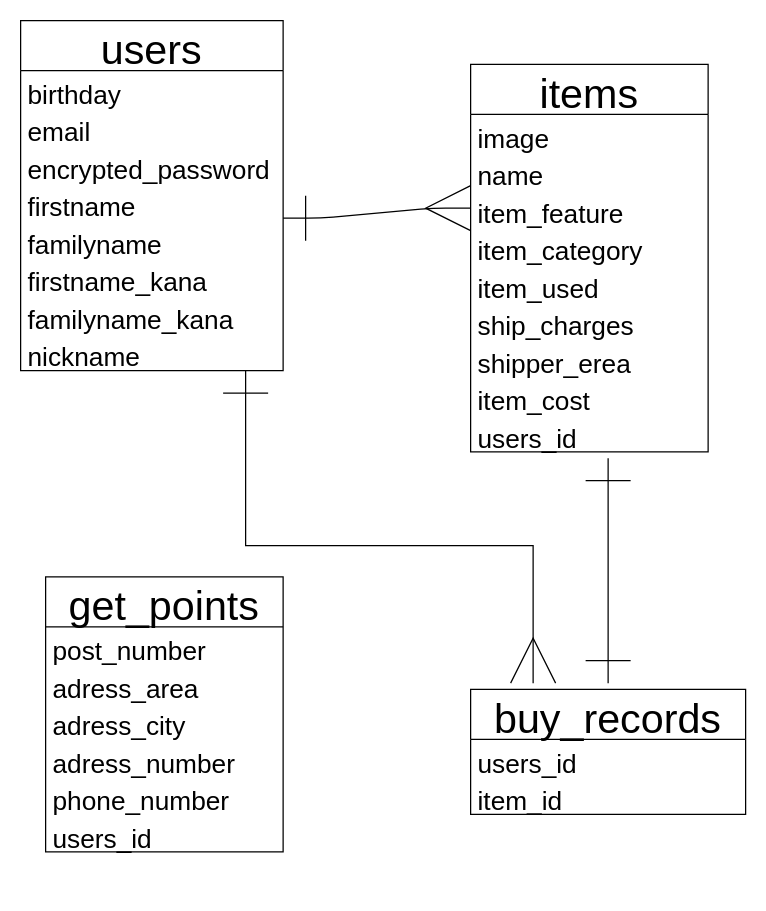
This is test.drawio from saatoshi/furima-34313, a draw.io file, before an edit. Source tidied: cells renumbered, new cells numbered last; positions are measured from the earlier drawing's top-left corner, leaving out a move shared by most shapes. Both pictures are drawn from the tidied source at 125%, with x=0, y=0 at pixel (20, 20).
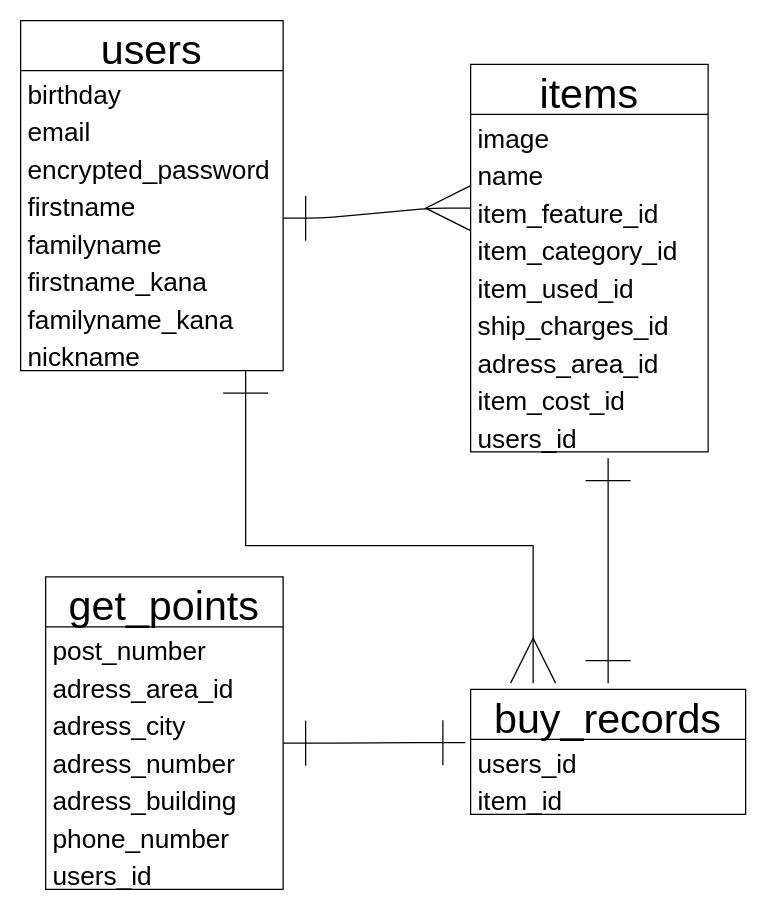
After the change.

Unchanged cells that the change refers to:
```xml
<mxCell id="11" value="items" style="swimlane;fontStyle=0;horizontal=1;startSize=40;align=center;fontSize=33;verticalAlign=bottom;" parent="1" vertex="1">
  <mxGeometry x="360" y="35" width="190" height="310" as="geometry" />
</mxCell>
<mxCell id="23" value="users_id" style="text;strokeColor=none;fillColor=none;spacingLeft=4;spacingRight=4;overflow=hidden;points=[[0,0.5],[1,0.5]];portConstraint=eastwest;fontSize=21;" parent="22" vertex="1">
  <mxGeometry y="40" width="220" height="30" as="geometry" />
</mxCell>
```

Diff of the diagram source:
```diff
@@
-    <mxCell id="14" value="item_feature" style="text;strokeColor=none;fillColor=none;spacingLeft=4;spacingRight=4;overflow=hidden;points=[[0,0.5],[1,0.5]];portConstraint=eastwest;fontSize=21;" parent="11" vertex="1">
+    <mxCell id="14" value="item_feature_id" style="text;strokeColor=none;fillColor=none;spacingLeft=4;spacingRight=4;overflow=hidden;points=[[0,0.5],[1,0.5]];portConstraint=eastwest;fontSize=21;" parent="11" vertex="1">
       <mxGeometry y="100" width="190" height="30" as="geometry" />
     </mxCell>
-    <mxCell id="15" value="item_category" style="text;strokeColor=none;fillColor=none;spacingLeft=4;spacingRight=4;overflow=hidden;fontSize=21;" parent="11" vertex="1">
+    <mxCell id="15" value="item_category_id" style="text;strokeColor=none;fillColor=none;spacingLeft=4;spacingRight=4;overflow=hidden;fontSize=21;" parent="11" vertex="1">
       <mxGeometry y="130" width="190" height="30" as="geometry" />
     </mxCell>
-    <mxCell id="16" value="item_used" style="text;strokeColor=none;fillColor=none;spacingLeft=4;spacingRight=4;overflow=hidden;fontSize=21;" parent="11" vertex="1">
+    <mxCell id="16" value="item_used_id" style="text;strokeColor=none;fillColor=none;spacingLeft=4;spacingRight=4;overflow=hidden;fontSize=21;" parent="11" vertex="1">
       <mxGeometry y="160" width="190" height="30" as="geometry" />
     </mxCell>
-    <mxCell id="17" value="ship_charges" style="text;strokeColor=none;fillColor=none;spacingLeft=4;spacingRight=4;overflow=hidden;fontSize=21;" parent="11" vertex="1">
+    <mxCell id="17" value="ship_charges_id" style="text;strokeColor=none;fillColor=none;spacingLeft=4;spacingRight=4;overflow=hidden;fontSize=21;" parent="11" vertex="1">
       <mxGeometry y="190" width="190" height="30" as="geometry" />
     </mxCell>
-    <mxCell id="18" value="shipper_erea" style="text;strokeColor=none;fillColor=none;spacingLeft=4;spacingRight=4;overflow=hidden;fontSize=21;" parent="11" vertex="1">
+    <mxCell id="18" value="adress_area_id" style="text;strokeColor=none;fillColor=none;spacingLeft=4;spacingRight=4;overflow=hidden;fontSize=21;" parent="11" vertex="1">
       <mxGeometry y="220" width="190" height="30" as="geometry" />
     </mxCell>
-    <mxCell id="19" value="item_cost" style="text;strokeColor=none;fillColor=none;spacingLeft=4;spacingRight=4;overflow=hidden;fontSize=21;" parent="11" vertex="1">
+    <mxCell id="19" value="item_cost_id" style="text;strokeColor=none;fillColor=none;spacingLeft=4;spacingRight=4;overflow=hidden;fontSize=21;" parent="11" vertex="1">
       <mxGeometry y="250" width="190" height="30" as="geometry" />
     </mxCell>
@@
     <mxCell id="25" value="get_points" style="swimlane;fontStyle=0;horizontal=1;startSize=40;align=center;fontSize=33;verticalAlign=bottom;" parent="1" vertex="1">
-      <mxGeometry x="20" y="445" width="190" height="220" as="geometry" />
+      <mxGeometry x="20" y="445" width="190" height="250" as="geometry" />
     </mxCell>
@@
-    <mxCell id="27" value="adress_area" style="text;strokeColor=none;fillColor=none;spacingLeft=4;spacingRight=4;overflow=hidden;fontSize=21;" parent="25" vertex="1">
+    <mxCell id="27" value="adress_area_id" style="text;strokeColor=none;fillColor=none;spacingLeft=4;spacingRight=4;overflow=hidden;fontSize=21;" parent="25" vertex="1">
       <mxGeometry y="70" width="190" height="30" as="geometry" />
     </mxCell>
@@
+    <mxCell id="34" value="adress_building" style="text;strokeColor=none;fillColor=none;spacingLeft=4;spacingRight=4;overflow=hidden;fontSize=21;" parent="25" vertex="1">
+      <mxGeometry y="160" width="190" height="30" as="geometry" />
+    </mxCell>
     <mxCell id="30" value="phone_number" style="text;strokeColor=none;fillColor=none;spacingLeft=4;spacingRight=4;overflow=hidden;fontSize=21;" parent="25" vertex="1">
-      <mxGeometry y="160" width="190" height="30" as="geometry" />
+      <mxGeometry y="190" width="190" height="30" as="geometry" />
     </mxCell>
     <mxCell id="31" value="users_id" style="text;strokeColor=none;fillColor=none;spacingLeft=4;spacingRight=4;overflow=hidden;fontSize=21;" parent="25" vertex="1">
-      <mxGeometry y="190" width="190" height="30" as="geometry" />
+      <mxGeometry y="220" width="190" height="30" as="geometry" />
     </mxCell>
@@
+    <mxCell id="35" style="edgeStyle=entityRelationEdgeStyle;fontSize=12;html=1;endArrow=ERone;startArrow=ERone;entryX=-0.019;entryY=0.087;entryDx=0;entryDy=0;endSize=34;startFill=0;endFill=0;startSize=34;entryPerimeter=0;" parent="1" edge="1" target="23">
+      <mxGeometry relative="1" as="geometry">
+        <mxPoint x="210" y="578" as="sourcePoint" />
+      </mxGeometry>
+    </mxCell>
```
